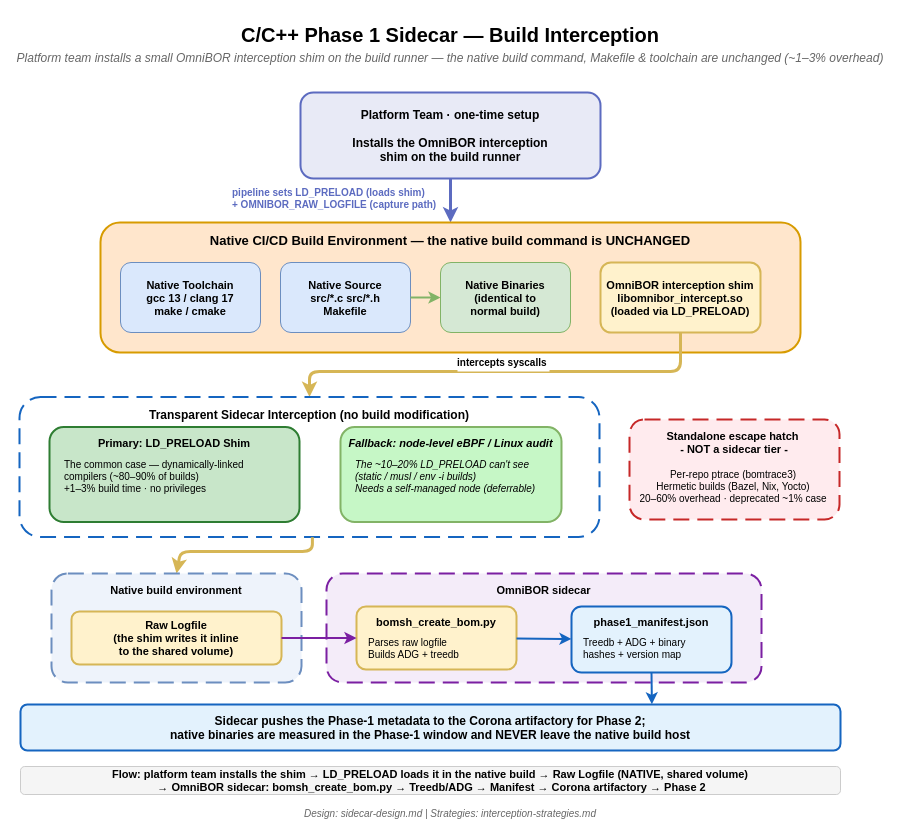
tedg-dev/bisbom-gen keeps this draw.io diagram as docs/sidecar/c-cpp/c-cpp-sidecar-mode.drawio. Above is the earlier version. Source tidied: cells renumbered, new cells numbered last; positions are measured from the earlier drawing's top-left corner, leaving out a move shared by most shapes. Both pictures are drawn from the tidied source at 100%, with x=0, y=0 at pixel (19, 16).
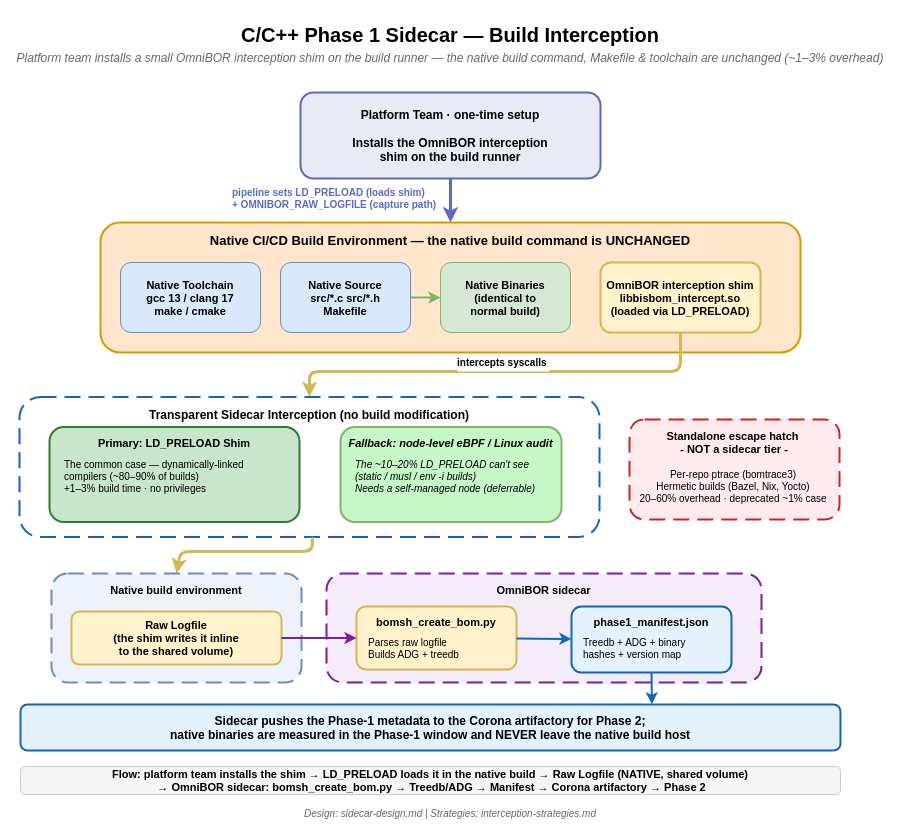
After the change.

Diff of the diagram source:
```diff
@@
-    <mxCell id="11" value="OmniBOR interception shim&#10;libomnibor_intercept.so&#10;(loaded via LD_PRELOAD)" style="rounded=1;fillColor=#fff2cc;strokeColor=#d6b656;strokeWidth=2;fontSize=11;fontStyle=1;verticalAlign=middle;align=center;" parent="1" vertex="1">
+    <mxCell id="11" value="OmniBOR interception shim&#10;libbisbom_intercept.so&#10;(loaded via LD_PRELOAD)" style="rounded=1;fillColor=#fff2cc;strokeColor=#d6b656;strokeWidth=2;fontSize=11;fontStyle=1;verticalAlign=middle;align=center;" parent="1" vertex="1">
       <mxGeometry x="581" y="246" width="160" height="70" as="geometry" />
     </mxCell>
```
